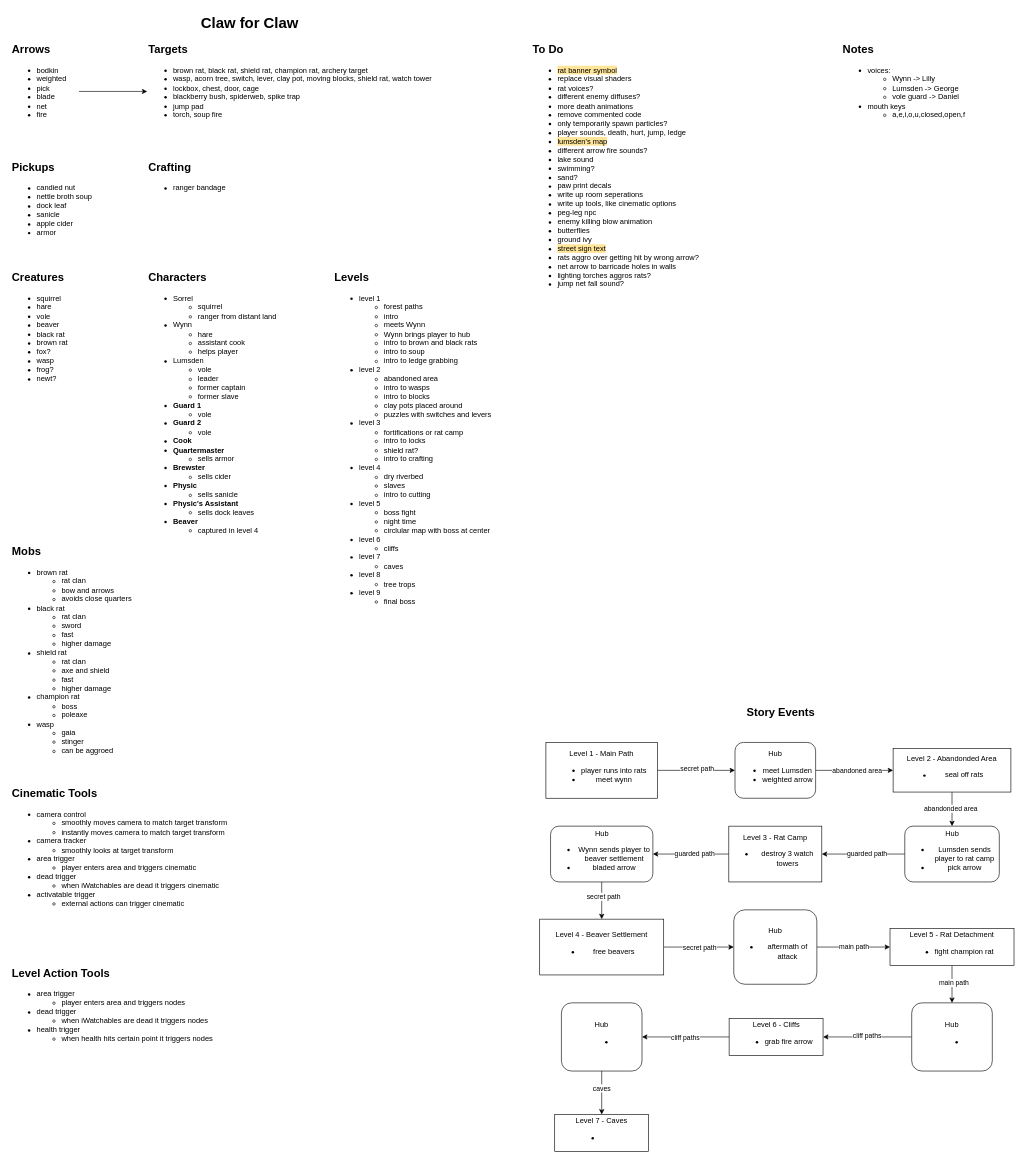
Before: Planning/design-doc.drawio in camerondedore/Godot-Project-3, a draw.io diagram. Source tidied: cells renumbered, new cells numbered last; positions are measured from the earlier drawing's top-left corner, leaving out a move shared by most shapes. Both pictures are drawn from the tidied source at 62%, with x=0, y=0 at pixel (11, 11).
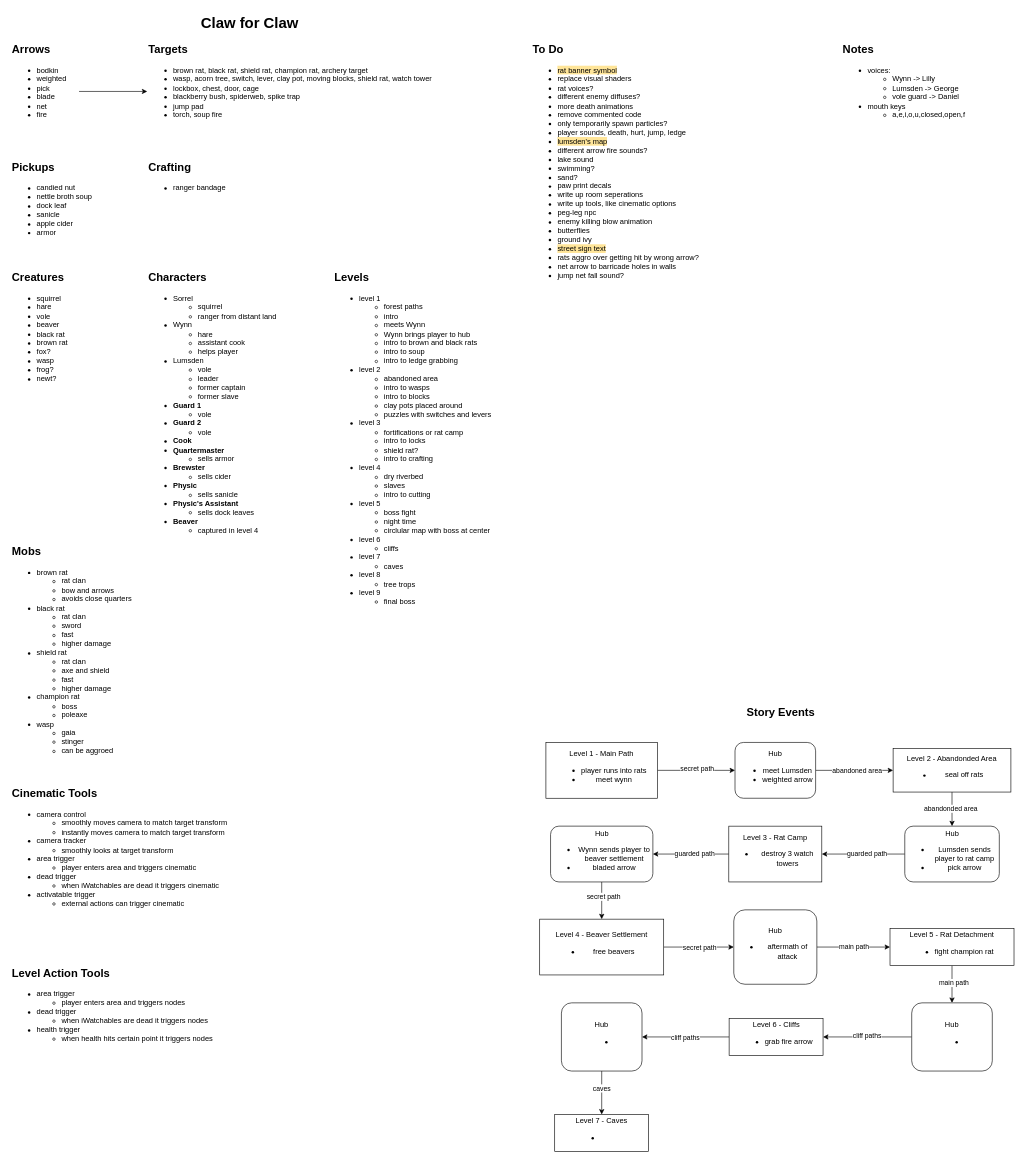
The same diagram, later.

Commit message (it also covers changes not shown here):
making torches aggro rats

Change to the diagram source:
```diff
@@
-    <mxCell id="19" value="&lt;ul&gt;&lt;li&gt;&lt;span style=&quot;background-color: rgb(255, 229, 153);&quot;&gt;rat banner symbol&lt;/span&gt;&lt;/li&gt;&lt;li&gt;&lt;span style=&quot;background-color: transparent; color: light-dark(rgb(0, 0, 0), rgb(255, 255, 255));&quot;&gt;replace visual shaders&lt;/span&gt;&lt;/li&gt;&lt;li&gt;rat voices?&lt;/li&gt;&lt;li&gt;different enemy diffuses?&lt;/li&gt;&lt;li&gt;more death animations&lt;/li&gt;&lt;li&gt;&lt;span style=&quot;background-color: transparent; color: light-dark(rgb(0, 0, 0), rgb(255, 255, 255));&quot;&gt;remove commented code&lt;/span&gt;&lt;/li&gt;&lt;li&gt;only temporarily spawn particles?&lt;/li&gt;&lt;li&gt;player sounds, death, hurt, jump, ledge&lt;/li&gt;&lt;li&gt;&lt;font style=&quot;color: rgb(0, 0, 0); background-color: rgb(255, 229, 153);&quot;&gt;lumsden's map&lt;/font&gt;&lt;/li&gt;&lt;li&gt;different arrow fire sounds?&lt;/li&gt;&lt;li&gt;lake sound&lt;/li&gt;&lt;li&gt;swimming?&lt;/li&gt;&lt;li&gt;&lt;span&gt;sand&lt;/span&gt;?&lt;/li&gt;&lt;li&gt;paw print decals&lt;/li&gt;&lt;li&gt;&lt;span style=&quot;background-color: transparent; color: light-dark(rgb(0, 0, 0), rgb(255, 255, 255));&quot;&gt;write up room seperations&lt;/span&gt;&lt;/li&gt;&lt;li&gt;write up tools, like cinematic options&lt;/li&gt;&lt;li&gt;peg-leg npc&lt;/li&gt;&lt;li&gt;enemy killing blow animation&lt;/li&gt;&lt;li&gt;butterflies&lt;/li&gt;&lt;li&gt;ground ivy&lt;/li&gt;&lt;li&gt;&lt;span style=&quot;background-color: rgb(255, 229, 153);&quot;&gt;street sign text&lt;/span&gt;&lt;/li&gt;&lt;li&gt;&lt;span&gt;rats aggro over getting hit by wrong arrow?&lt;/span&gt;&lt;/li&gt;&lt;li&gt;net arrow to barricade holes in walls&lt;/li&gt;&lt;li&gt;lighting torches aggros rats?&lt;/li&gt;&lt;li&gt;jump net fall sound?&lt;/li&gt;&lt;/ul&gt;" style="text;html=1;align=left;verticalAlign=top;whiteSpace=wrap;rounded=0;" parent="1" vertex="1">
+    <mxCell id="19" value="&lt;ul&gt;&lt;li&gt;&lt;span style=&quot;background-color: rgb(255, 229, 153);&quot;&gt;rat banner symbol&lt;/span&gt;&lt;/li&gt;&lt;li&gt;&lt;span style=&quot;background-color: transparent; color: light-dark(rgb(0, 0, 0), rgb(255, 255, 255));&quot;&gt;replace visual shaders&lt;/span&gt;&lt;/li&gt;&lt;li&gt;rat voices?&lt;/li&gt;&lt;li&gt;different enemy diffuses?&lt;/li&gt;&lt;li&gt;more death animations&lt;/li&gt;&lt;li&gt;&lt;span style=&quot;background-color: transparent; color: light-dark(rgb(0, 0, 0), rgb(255, 255, 255));&quot;&gt;remove commented code&lt;/span&gt;&lt;/li&gt;&lt;li&gt;only temporarily spawn particles?&lt;/li&gt;&lt;li&gt;player sounds, death, hurt, jump, ledge&lt;/li&gt;&lt;li&gt;&lt;font style=&quot;color: rgb(0, 0, 0); background-color: rgb(255, 229, 153);&quot;&gt;lumsden's map&lt;/font&gt;&lt;/li&gt;&lt;li&gt;different arrow fire sounds?&lt;/li&gt;&lt;li&gt;lake sound&lt;/li&gt;&lt;li&gt;swimming?&lt;/li&gt;&lt;li&gt;&lt;span&gt;sand&lt;/span&gt;?&lt;/li&gt;&lt;li&gt;paw print decals&lt;/li&gt;&lt;li&gt;&lt;span style=&quot;background-color: transparent; color: light-dark(rgb(0, 0, 0), rgb(255, 255, 255));&quot;&gt;write up room seperations&lt;/span&gt;&lt;/li&gt;&lt;li&gt;write up tools, like cinematic options&lt;/li&gt;&lt;li&gt;peg-leg npc&lt;/li&gt;&lt;li&gt;enemy killing blow animation&lt;/li&gt;&lt;li&gt;butterflies&lt;/li&gt;&lt;li&gt;ground ivy&lt;/li&gt;&lt;li&gt;&lt;span style=&quot;background-color: rgb(255, 229, 153);&quot;&gt;street sign text&lt;/span&gt;&lt;/li&gt;&lt;li&gt;&lt;span&gt;rats aggro over getting hit by wrong arrow?&lt;/span&gt;&lt;/li&gt;&lt;li&gt;net arrow to barricade holes in walls&lt;/li&gt;&lt;li&gt;&lt;span style=&quot;background-color: transparent; color: light-dark(rgb(0, 0, 0), rgb(255, 255, 255));&quot;&gt;jump net fall sound?&lt;/span&gt;&lt;/li&gt;&lt;/ul&gt;" style="text;html=1;align=left;verticalAlign=top;whiteSpace=wrap;rounded=0;" parent="1" vertex="1">
       <mxGeometry x="840" y="70" width="280" height="520" as="geometry" />
     </mxCell>
```
